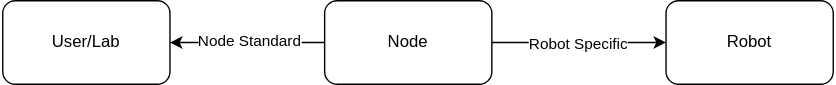
AD-SDL/MADSci_Examples keeps this draw.io diagram as assets/drawio/node.drawio.svg. Above is the earlier version. Source tidied: cells renumbered, new cells last; positions are measured from the earlier drawing's top-left corner, leaving out a move shared by most shapes.
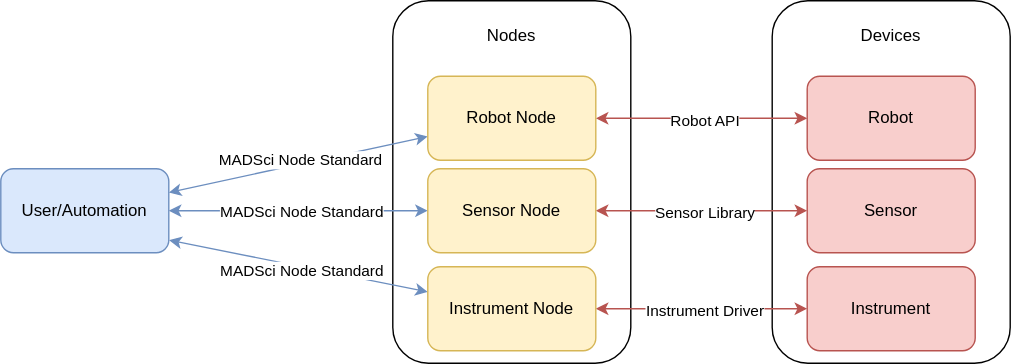
After the commit.

Commit message:
Better Node Diagrams

What changed in the source:
```diff
@@ -2,30 +2,86 @@
   <root>
     <mxCell id="0" />
     <mxCell id="1" parent="0" />
+    <mxCell id="9" style="rounded=1;whiteSpace=wrap;html=1;" parent="1" vertex="1">
+      <mxGeometry x="206" y="-120" width="170" height="259" as="geometry" />
+    </mxCell>
+    <mxCell id="10" style="rounded=1;whiteSpace=wrap;html=1;" parent="1" vertex="1">
+      <mxGeometry x="477" y="-120" width="170" height="259" as="geometry" />
+    </mxCell>
-    <mxCell id="2" style="edgeStyle=none;html=1;" parent="1" edge="1" source="6" target="7">
+    <mxCell id="2" style="edgeStyle=none;html=1;startArrow=classic;startFill=1;fillColor=#f8cecc;strokeColor=#b85450;" parent="1" edge="1" source="6" target="7">
       <mxGeometry relative="1" as="geometry" />
     </mxCell>
-    <mxCell id="3" value="Robot Specific" style="edgeLabel;html=1;align=center;verticalAlign=middle;" parent="2" vertex="1">
+    <mxCell id="3" value="Robot API" style="edgeLabel;html=1;align=center;verticalAlign=middle;" parent="2" vertex="1">
       <mxGeometry x="0.17" y="-1" relative="1" as="geometry">
         <mxPoint x="-12" as="offset" />
       </mxGeometry>
     </mxCell>
-    <mxCell id="4" style="html=1;" parent="1" edge="1" source="6" target="8">
+    <mxCell id="4" style="html=1;startArrow=classic;startFill=1;fillColor=#dae8fc;strokeColor=#6c8ebf;" parent="1" edge="1" source="6" target="8">
       <mxGeometry relative="1" as="geometry" />
     </mxCell>
-    <mxCell id="5" value="Node Standard" style="edgeLabel;html=1;align=center;verticalAlign=middle;" parent="4" vertex="1">
+    <mxCell id="5" value="MADSci Node Standard" style="edgeLabel;html=1;align=center;verticalAlign=middle;" parent="4" vertex="1">
       <mxGeometry x="-0.17" y="-1" relative="1" as="geometry">
-        <mxPoint x="-8" as="offset" />
+        <mxPoint x="-14" y="1" as="offset" />
       </mxGeometry>
     </mxCell>
-    <mxCell id="6" value="Node" style="rounded=1;whiteSpace=wrap;html=1;" parent="1" vertex="1">
-      <mxGeometry x="231" width="120" height="60" as="geometry" />
+    <mxCell id="6" value="Robot Node" style="rounded=1;whiteSpace=wrap;html=1;fillColor=#fff2cc;strokeColor=#d6b656;" parent="1" vertex="1">
+      <mxGeometry x="231" y="-66" width="120" height="60" as="geometry" />
     </mxCell>
-    <mxCell id="7" value="Robot" style="whiteSpace=wrap;html=1;rounded=1;" parent="1" vertex="1">
-      <mxGeometry x="476" width="120" height="60" as="geometry" />
+    <mxCell id="7" value="Robot" style="whiteSpace=wrap;html=1;rounded=1;fillColor=#f8cecc;strokeColor=#b85450;" parent="1" vertex="1">
+      <mxGeometry x="502" y="-66" width="120" height="60" as="geometry" />
     </mxCell>
-    <mxCell id="8" value="User/Lab" style="whiteSpace=wrap;html=1;rounded=1;" parent="1" vertex="1">
-      <mxGeometry width="120" height="60" as="geometry" />
+    <mxCell id="8" value="User/Automation" style="whiteSpace=wrap;html=1;rounded=1;fillColor=#dae8fc;strokeColor=#6c8ebf;" parent="1" vertex="1">
+      <mxGeometry x="-74" width="120" height="60" as="geometry" />
     </mxCell>
+    <mxCell id="11" style="edgeStyle=none;html=1;startArrow=classic;startFill=1;fillColor=#f8cecc;strokeColor=#b85450;" parent="1" edge="1" source="15" target="16">
+      <mxGeometry relative="1" as="geometry" />
+    </mxCell>
+    <mxCell id="12" value="Sensor Library" style="edgeLabel;html=1;align=center;verticalAlign=middle;" parent="11" vertex="1">
+      <mxGeometry x="0.17" y="-1" relative="1" as="geometry">
+        <mxPoint x="-12" as="offset" />
+      </mxGeometry>
+    </mxCell>
+    <mxCell id="13" style="html=1;startArrow=classic;startFill=1;entryX=1;entryY=0.5;entryDx=0;entryDy=0;fillColor=#dae8fc;strokeColor=#6c8ebf;" parent="1" edge="1" source="15" target="8">
+      <mxGeometry relative="1" as="geometry" />
+    </mxCell>
+    <mxCell id="14" value="MADSci Node Standard" style="edgeLabel;html=1;align=center;verticalAlign=middle;" parent="13" vertex="1">
+      <mxGeometry x="-0.17" y="-1" relative="1" as="geometry">
+        <mxPoint x="-14" y="1" as="offset" />
+      </mxGeometry>
+    </mxCell>
+    <mxCell id="15" value="Sensor Node" style="rounded=1;whiteSpace=wrap;html=1;fillColor=#fff2cc;strokeColor=#d6b656;" parent="1" vertex="1">
+      <mxGeometry x="231" width="120" height="60" as="geometry" />
+    </mxCell>
+    <mxCell id="16" value="Sensor" style="whiteSpace=wrap;html=1;rounded=1;fillColor=#f8cecc;strokeColor=#b85450;" parent="1" vertex="1">
+      <mxGeometry x="502" width="120" height="60" as="geometry" />
+    </mxCell>
+    <mxCell id="17" style="edgeStyle=none;html=1;startArrow=classic;startFill=1;fillColor=#f8cecc;strokeColor=#b85450;" parent="1" edge="1" source="21" target="22">
+      <mxGeometry relative="1" as="geometry" />
+    </mxCell>
+    <mxCell id="18" value="Instrument Driver" style="edgeLabel;html=1;align=center;verticalAlign=middle;" parent="17" vertex="1">
+      <mxGeometry x="0.17" y="-1" relative="1" as="geometry">
+        <mxPoint x="-12" as="offset" />
+      </mxGeometry>
+    </mxCell>
+    <mxCell id="19" style="html=1;startArrow=classic;startFill=1;entryX=1.002;entryY=0.851;entryDx=0;entryDy=0;entryPerimeter=0;fillColor=#dae8fc;strokeColor=#6c8ebf;" parent="1" edge="1" source="21" target="8">
+      <mxGeometry relative="1" as="geometry" />
+    </mxCell>
+    <mxCell id="20" value="MADSci Node Standard" style="edgeLabel;html=1;align=center;verticalAlign=middle;" parent="19" vertex="1">
+      <mxGeometry x="-0.17" y="-1" relative="1" as="geometry">
+        <mxPoint x="-14" y="1" as="offset" />
+      </mxGeometry>
+    </mxCell>
+    <mxCell id="21" value="Instrument Node" style="rounded=1;whiteSpace=wrap;html=1;fillColor=#fff2cc;strokeColor=#d6b656;" parent="1" vertex="1">
+      <mxGeometry x="231" y="70" width="120" height="60" as="geometry" />
+    </mxCell>
+    <mxCell id="22" value="Instrument" style="whiteSpace=wrap;html=1;rounded=1;fillColor=#f8cecc;strokeColor=#b85450;" parent="1" vertex="1">
+      <mxGeometry x="502" y="70" width="120" height="60" as="geometry" />
+    </mxCell>
+    <mxCell id="23" value="Devices" style="text;html=1;align=center;verticalAlign=middle;whiteSpace=wrap;rounded=0;" parent="1" vertex="1">
+      <mxGeometry x="532" y="-110" width="60" height="30" as="geometry" />
+    </mxCell>
+    <mxCell id="24" value="Nodes" style="text;html=1;align=center;verticalAlign=middle;whiteSpace=wrap;rounded=0;" parent="1" vertex="1">
+      <mxGeometry x="261" y="-110" width="60" height="30" as="geometry" />
+    </mxCell>
   </root>
 </mxGraphModel>
```
